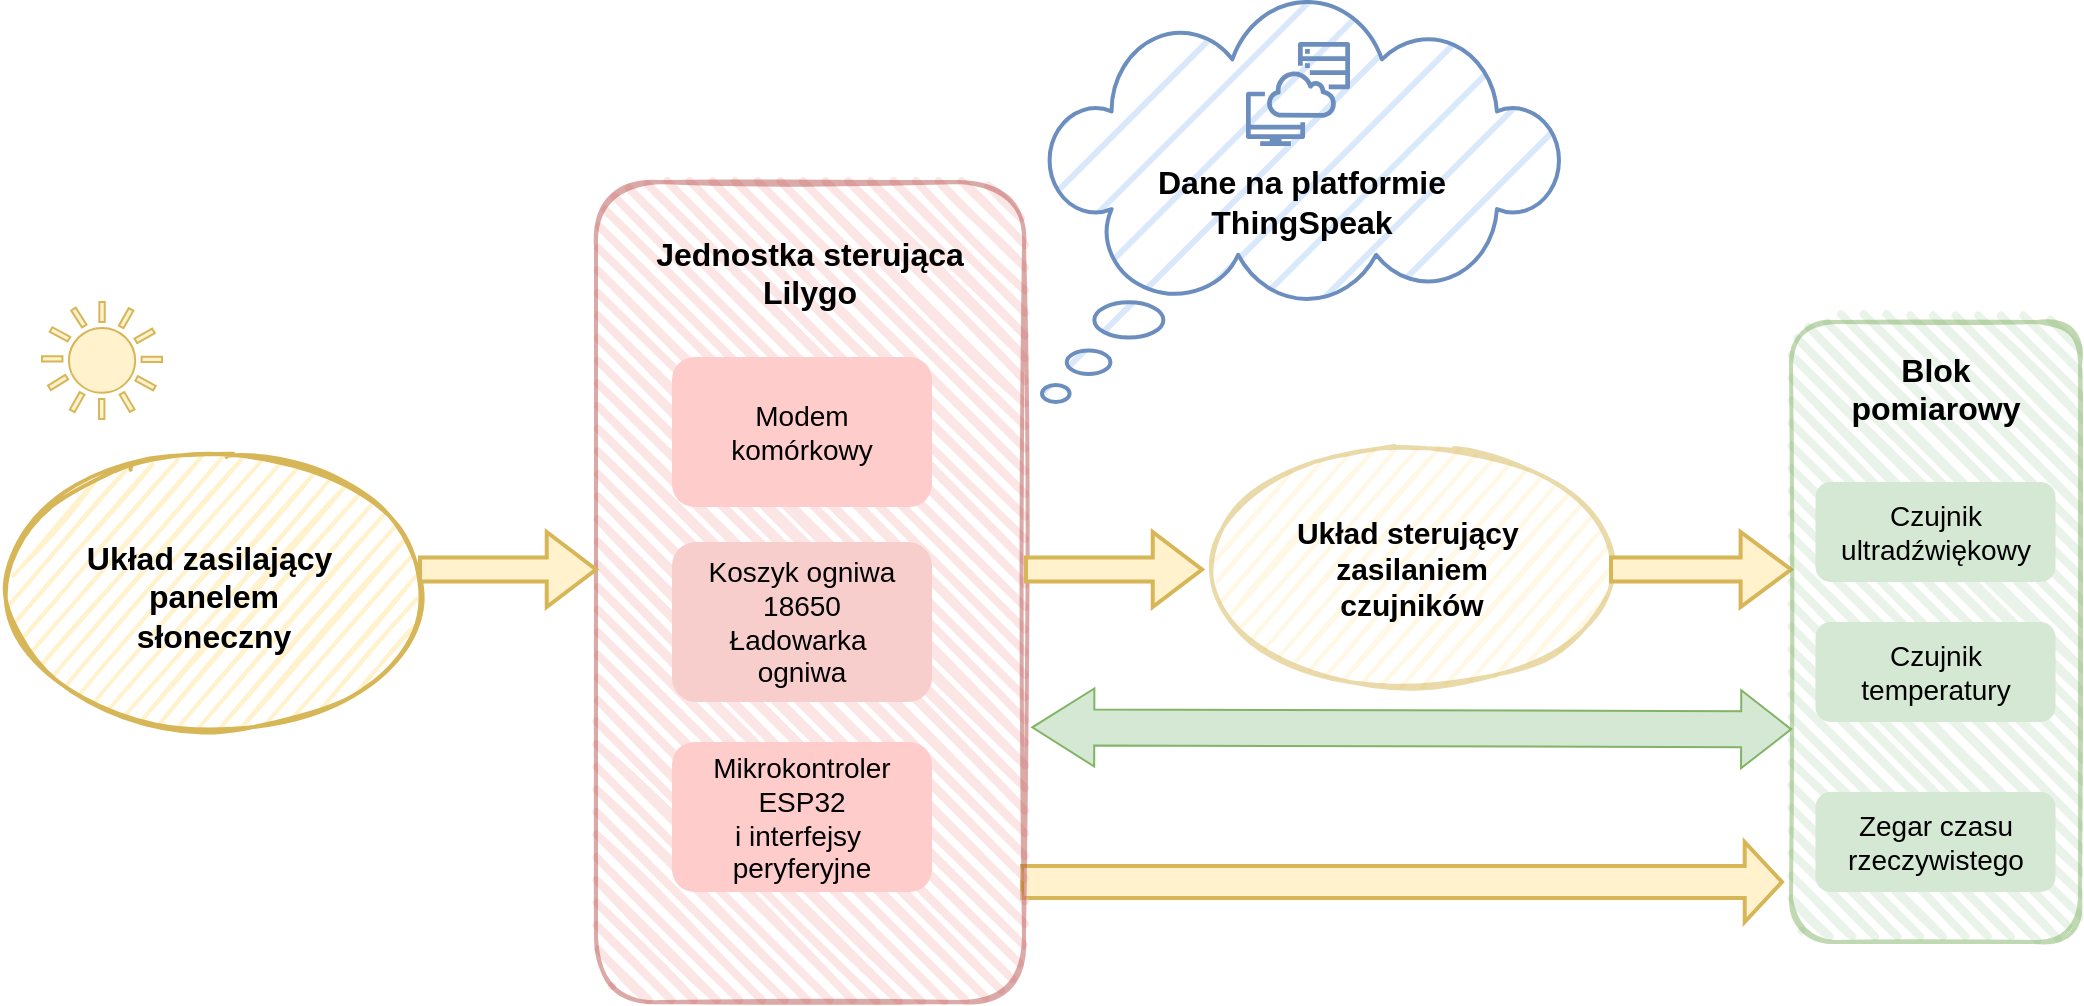
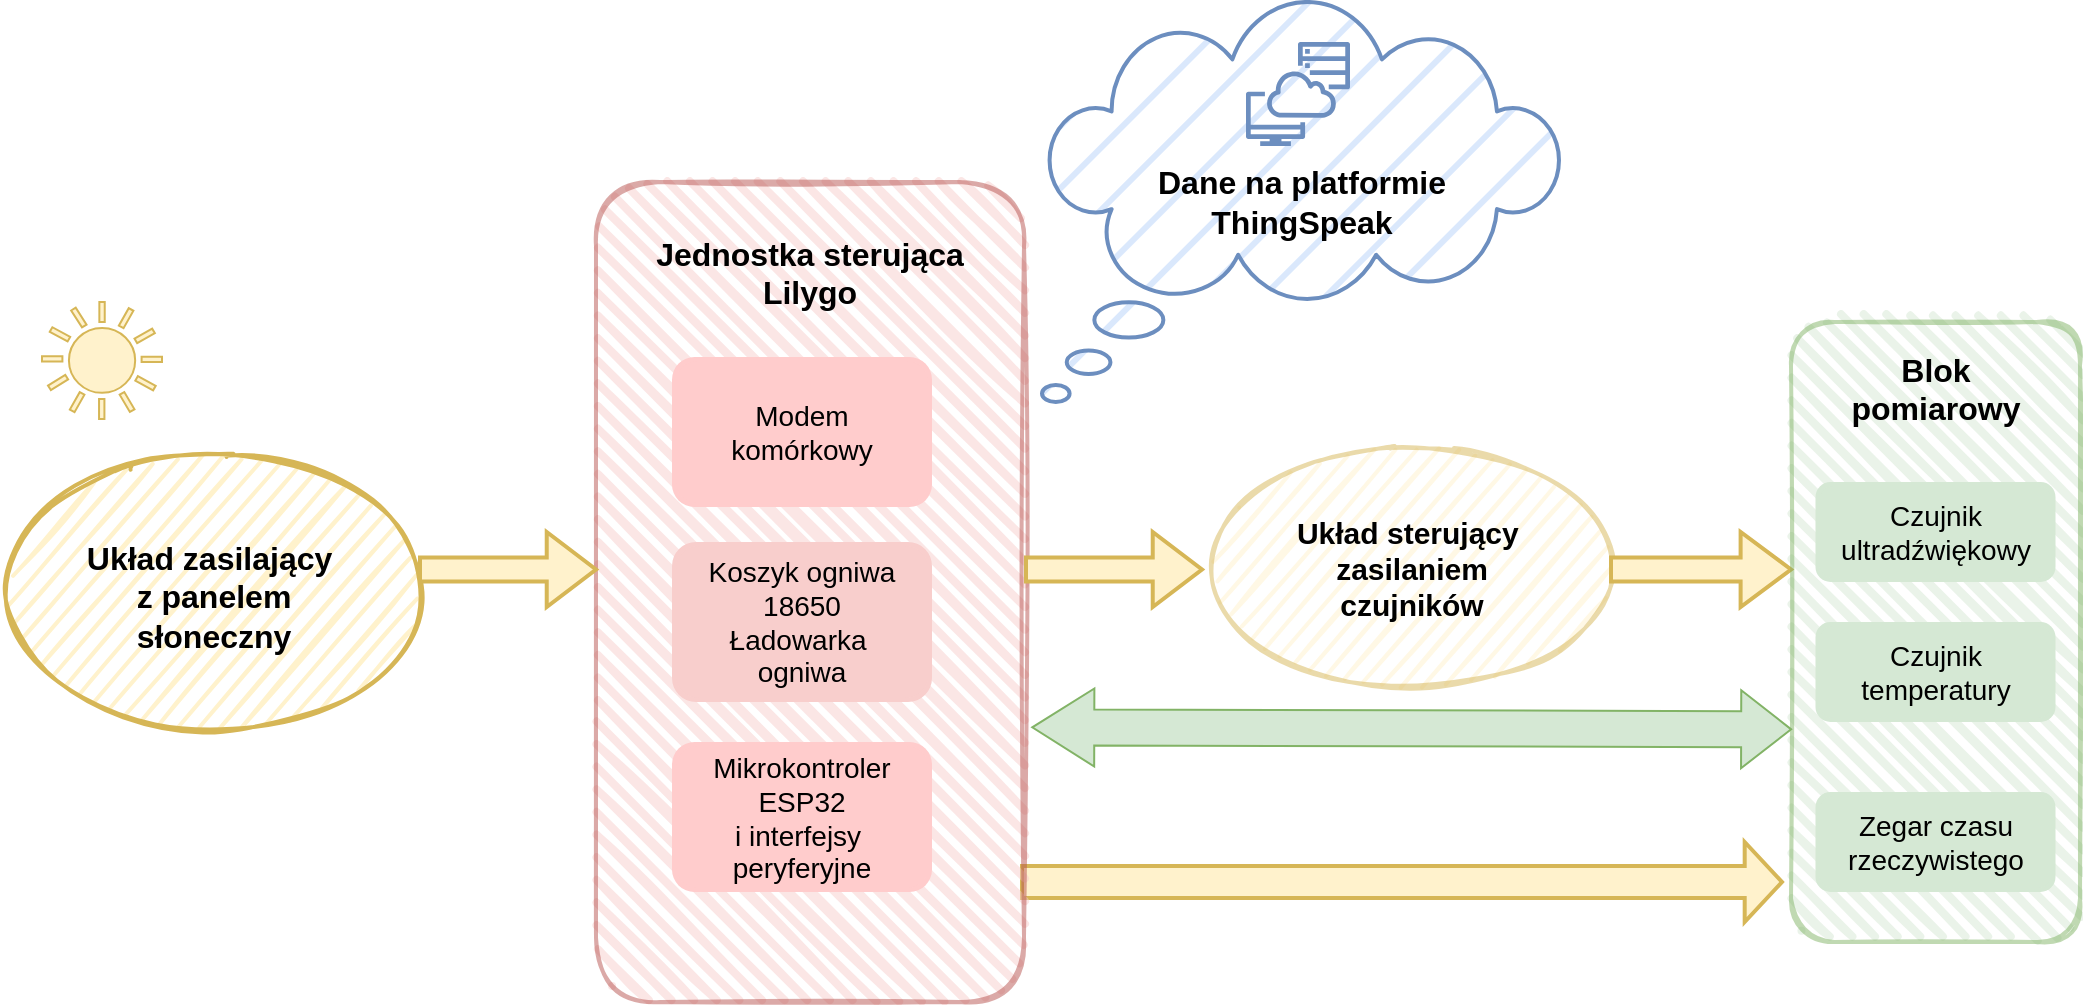
<mxfile host="app.diagrams.net">
  <diagram name="Strona-1" id="ZkCLLlvlZTiGhxD7y0eD">
-     <mxGraphModel dx="734" dy="1212" grid="1" gridSize="10" guides="1" tooltips="1" connect="1" arrows="0" fold="1" page="1" pageScale="1" pageWidth="827" pageHeight="1169" math="0" shadow="0">
+     <mxGraphModel dx="1040" dy="1717" grid="1" gridSize="10" guides="1" tooltips="1" connect="1" arrows="0" fold="1" page="1" pageScale="1" pageWidth="827" pageHeight="1169" math="0" shadow="0">
      <root>
        <mxCell id="0" />
        <mxCell id="1" parent="0" />
        <mxCell id="91EkcE3siZvczleI5p3w-54" parent="1" style="whiteSpace=wrap;html=1;shape=mxgraph.basic.cloud_callout;fillColor=#dae8fc;strokeColor=#6c8ebf;fillStyle=hatch;strokeWidth=2;" value="&lt;div&gt;&lt;font size=&quot;3&quot;&gt;&lt;b&gt;Dane na platformie&lt;/b&gt;&lt;/font&gt;&lt;/div&gt;&lt;div&gt;&lt;font size=&quot;3&quot;&gt;&lt;b&gt;&amp;nbsp;ThingSpeak&amp;nbsp;&lt;/b&gt;&lt;/font&gt;&lt;/div&gt;" vertex="1">
          <mxGeometry height="200" width="260" x="530" y="40" as="geometry" />
        </mxCell>
        <mxCell id="91EkcE3siZvczleI5p3w-46" parent="1" style="shape=singleArrow;whiteSpace=wrap;html=1;strokeWidth=2;arrowWidth=0.3998467763264927;arrowSize=0.04909051593981321;fillColor=#fff2cc;strokeColor=#d6b656;" value="" vertex="1">
          <mxGeometry height="40" width="380" x="520" y="460" as="geometry" />
        </mxCell>
        <mxCell id="UAClC48sAYUmzBQqjx6y-2" parent="1" style="rounded=1;whiteSpace=wrap;html=1;strokeWidth=2;fillWeight=4;hachureGap=8;hachureAngle=45;sketch=1;rotation=0;fillColor=#f8cecc;strokeColor=#b85450;opacity=50;" value="" vertex="1">
          <mxGeometry height="410" width="214" x="307" y="130" as="geometry" />
        </mxCell>
        <mxCell id="UAClC48sAYUmzBQqjx6y-7" parent="1" style="ellipse;whiteSpace=wrap;html=1;strokeWidth=2;fillWeight=2;hachureGap=8;fillStyle=dots;sketch=1;fillColor=#fff2cc;strokeColor=#d6b656;opacity=50;fontSize=15;" value="&lt;b&gt;Układ sterujący&amp;nbsp;&lt;/b&gt;&lt;div&gt;&lt;b&gt;zasilaniem&lt;/b&gt;&lt;div&gt;&lt;b&gt;czujników&lt;/b&gt;&lt;br&gt;&lt;/div&gt;&lt;/div&gt;" vertex="1">
          <mxGeometry height="115" width="210" x="610" y="265" as="geometry" />
        </mxCell>
        <mxCell id="UAClC48sAYUmzBQqjx6y-8" parent="1" style="shape=singleArrow;whiteSpace=wrap;html=1;strokeWidth=2;arrowWidth=0.3220587836371521;arrowSize=0.2799470618325471;fillColor=#fff2cc;strokeColor=#d6b656;" value="" vertex="1">
          <mxGeometry height="37.5" width="88" x="522" y="305" as="geometry" />
        </mxCell>
        <mxCell id="UAClC48sAYUmzBQqjx6y-15" parent="1" style="shape=singleArrow;whiteSpace=wrap;html=1;strokeWidth=2;arrowWidth=0.3220587836371521;arrowSize=0.2799470618325471;fillColor=#fff2cc;strokeColor=#d6b656;" value="" vertex="1">
          <mxGeometry height="37.5" width="90" x="814.5" y="305" as="geometry" />
        </mxCell>
-         <mxCell id="UAClC48sAYUmzBQqjx6y-14" parent="1" style="ellipse;whiteSpace=wrap;html=1;strokeWidth=2;fillWeight=2;hachureGap=8;fillStyle=dots;sketch=1;fillColor=#fff2cc;strokeColor=#d6b656;" value="&lt;div&gt;&lt;b&gt;&lt;font style=&quot;font-size: 16px;&quot;&gt;&lt;br&gt;&lt;/font&gt;&lt;/b&gt;&lt;/div&gt;&lt;b&gt;&lt;font style=&quot;font-size: 16px;&quot;&gt;Układ zasilający&amp;nbsp;&lt;/font&gt;&lt;/b&gt;&lt;div&gt;&lt;b&gt;&lt;font style=&quot;font-size: 16px;&quot;&gt;panelem&lt;/font&gt;&lt;/b&gt;&lt;div&gt;&lt;b&gt;&lt;font style=&quot;font-size: 16px;&quot;&gt;słoneczny&lt;/font&gt;&lt;/b&gt;&lt;/div&gt;&lt;div&gt;&lt;br&gt;&lt;/div&gt;&lt;/div&gt;" vertex="1">
+         <mxCell id="UAClC48sAYUmzBQqjx6y-14" parent="1" style="ellipse;whiteSpace=wrap;html=1;strokeWidth=2;fillWeight=2;hachureGap=8;fillStyle=dots;sketch=1;fillColor=#fff2cc;strokeColor=#d6b656;" value="&lt;div&gt;&lt;b&gt;&lt;font style=&quot;font-size: 16px;&quot;&gt;&lt;br&gt;&lt;/font&gt;&lt;/b&gt;&lt;/div&gt;&lt;b&gt;&lt;font style=&quot;font-size: 16px;&quot;&gt;Układ zasilający&amp;nbsp;&lt;/font&gt;&lt;/b&gt;&lt;div&gt;&lt;b&gt;&lt;font style=&quot;font-size: 16px;&quot;&gt;z panelem&lt;/font&gt;&lt;/b&gt;&lt;div&gt;&lt;b&gt;&lt;font style=&quot;font-size: 16px;&quot;&gt;słoneczny&lt;/font&gt;&lt;/b&gt;&lt;/div&gt;&lt;div&gt;&lt;br&gt;&lt;/div&gt;&lt;/div&gt;" vertex="1">
          <mxGeometry height="140" width="212" x="10" y="265" as="geometry" />
        </mxCell>
        <mxCell id="UAClC48sAYUmzBQqjx6y-16" parent="1" style="rounded=1;whiteSpace=wrap;html=1;strokeWidth=2;fillWeight=4;hachureGap=8;hachureAngle=45;sketch=1;rotation=0;fillColor=#d5e8d4;strokeColor=#82b366;opacity=50;" value="&lt;div&gt;&lt;br&gt;&lt;/div&gt;" vertex="1">
          <mxGeometry height="310" width="144.5" x="904.5" y="200" as="geometry" />
        </mxCell>
        <mxCell id="UAClC48sAYUmzBQqjx6y-17" parent="1" style="shape=ext;double=1;rounded=1;whiteSpace=wrap;html=1;fillColor=#f8cecc;strokeColor=none;fontSize=14;" value="Koszyk ogniwa 18650&lt;div&gt;&lt;div&gt;Ładowarka&amp;nbsp;&lt;br&gt;&lt;/div&gt;&lt;div&gt;ogniwa&lt;/div&gt;&lt;/div&gt;" vertex="1">
          <mxGeometry height="80" width="130" x="345" y="310" as="geometry" />
        </mxCell>
        <mxCell id="UAClC48sAYUmzBQqjx6y-18" parent="1" style="sketch=0;outlineConnect=0;fillColor=#6C8EBF;strokeColor=#6c8ebf;dashed=0;verticalLabelPosition=bottom;verticalAlign=top;align=center;html=1;fontSize=12;fontStyle=0;aspect=fixed;pointerEvents=1;shape=mxgraph.aws4.systems_manager_session_manager;strokeWidth=4;" value="" vertex="1">
          <mxGeometry height="52" width="52" x="632" y="60" as="geometry" />
        </mxCell>
        <mxCell id="UAClC48sAYUmzBQqjx6y-20" parent="1" style="shape=ext;double=1;rounded=1;whiteSpace=wrap;html=1;fillColor=#ffcccc;strokeColor=none;fontSize=14;" value="Mikrokontroler ESP32&lt;div&gt;i interfejsy&amp;nbsp;&lt;/div&gt;&lt;div&gt;peryferyjne&lt;/div&gt;" vertex="1">
          <mxGeometry height="75" width="130" x="345" y="410" as="geometry" />
        </mxCell>
        <mxCell id="91EkcE3siZvczleI5p3w-1" parent="1" style="shape=mxgraph.signs.nature.sun_4;html=1;pointerEvents=1;fillColor=#fff2cc;strokeColor=#d6b656;verticalLabelPosition=bottom;verticalAlign=top;align=center;" value="" vertex="1">
          <mxGeometry height="58.5" width="60" x="30" y="190" as="geometry" />
        </mxCell>
        <mxCell id="91EkcE3siZvczleI5p3w-37" parent="1" style="text;whiteSpace=wrap;html=1;fontSize=16;align=center;" value="&lt;b style=&quot;caret-color: rgb(0, 0, 0); color: rgb(0, 0, 0); font-family: Helvetica; font-style: normal; font-variant-caps: normal; letter-spacing: normal; orphans: 2; text-indent: 0px; text-transform: none; white-space: normal; widows: 2; word-spacing: 0px; -webkit-text-stroke-width: 0px; text-decoration-line: none; text-decoration-thickness: auto; text-decoration-style: solid;&quot;&gt;Jednostka sterująca Lilygo&lt;/b&gt;" vertex="1">
          <mxGeometry height="40" width="190" x="319" y="150" as="geometry" />
        </mxCell>
        <mxCell id="91EkcE3siZvczleI5p3w-38" parent="1" style="text;whiteSpace=wrap;html=1;fontStyle=1;fontColor=light-dark(#000000, #6fc76f);fontSize=16;align=center;" value="&lt;span style=&quot;caret-color: rgb(0, 0, 0); font-family: Helvetica; font-style: normal; font-variant-caps: normal; letter-spacing: normal; orphans: 2; text-indent: 0px; text-transform: none; white-space: normal; widows: 2; word-spacing: 0px; -webkit-text-stroke-width: 0px; text-decoration: none; float: none; display: inline !important;&quot;&gt;Blok&lt;/span&gt;&lt;div&gt;&lt;span style=&quot;caret-color: rgb(0, 0, 0); font-family: Helvetica; font-style: normal; font-variant-caps: normal; letter-spacing: normal; orphans: 2; text-indent: 0px; text-transform: none; white-space: normal; widows: 2; word-spacing: 0px; -webkit-text-stroke-width: 0px; text-decoration: none; float: none; display: inline !important;&quot;&gt;&amp;nbsp;pomiarowy&amp;nbsp;&lt;/span&gt;&lt;/div&gt;" vertex="1">
          <mxGeometry height="40" width="130" x="911.75" y="208" as="geometry" />
        </mxCell>
        <mxCell id="91EkcE3siZvczleI5p3w-45" edge="1" parent="1" source="UAClC48sAYUmzBQqjx6y-2" style="endArrow=classic;startArrow=classic;html=1;rounded=0;shape=flexArrow;entryX=0.004;entryY=0.657;entryDx=0;entryDy=0;entryPerimeter=0;fillColor=#d5e8d4;strokeColor=#82b366;width=18;endSize=8;startSize=10;exitX=1.017;exitY=0.665;exitDx=0;exitDy=0;exitPerimeter=0;" target="UAClC48sAYUmzBQqjx6y-16" value="">
          <mxGeometry height="50" relative="1" width="50" as="geometry">
            <mxPoint x="520.81" y="409.99999999999994" as="sourcePoint" />
            <mxPoint x="969.0029999999997" y="410.41999999999996" as="targetPoint" />
          </mxGeometry>
        </mxCell>
        <mxCell id="91EkcE3siZvczleI5p3w-47" parent="1" style="shape=ext;double=1;rounded=1;whiteSpace=wrap;html=1;fillColor=#ffcccc;strokeColor=none;fontSize=14;" value="Modem&lt;div&gt;komórkowy&lt;/div&gt;" vertex="1">
          <mxGeometry height="75" width="130" x="345" y="217.5" as="geometry" />
        </mxCell>
        <mxCell id="91EkcE3siZvczleI5p3w-51" parent="1" style="shape=ext;double=1;rounded=1;whiteSpace=wrap;html=1;fillColor=#d5e8d4;strokeColor=none;" value="&lt;span style=&quot;font-size: 14px;&quot;&gt;Czujnik ultradźwiękowy&lt;/span&gt;" vertex="1">
          <mxGeometry height="50" width="120" x="916.75" y="280" as="geometry" />
        </mxCell>
        <mxCell id="91EkcE3siZvczleI5p3w-52" parent="1" style="shape=ext;double=1;rounded=1;whiteSpace=wrap;html=1;fillColor=#d5e8d4;strokeColor=none;" value="&lt;span style=&quot;font-size: 14px;&quot;&gt;Czujnik temperatury&lt;/span&gt;" vertex="1">
          <mxGeometry height="50" width="120" x="916.75" y="350" as="geometry" />
        </mxCell>
        <mxCell id="91EkcE3siZvczleI5p3w-53" parent="1" style="shape=ext;double=1;rounded=1;whiteSpace=wrap;html=1;fillColor=#d5e8d4;strokeColor=none;" value="&lt;span style=&quot;font-size: 14px;&quot;&gt;Zegar czasu rzeczywistego&lt;/span&gt;" vertex="1">
          <mxGeometry height="50" width="120" x="916.75" y="435" as="geometry" />
        </mxCell>
        <mxCell id="91EkcE3siZvczleI5p3w-59" parent="1" style="shape=singleArrow;whiteSpace=wrap;html=1;strokeWidth=2;arrowWidth=0.3220587836371521;arrowSize=0.2799470618325471;fillColor=#fff2cc;strokeColor=#d6b656;" value="" vertex="1">
          <mxGeometry height="37.5" width="88" x="219" y="305" as="geometry" />
        </mxCell>
      </root>
    </mxGraphModel>
  </diagram>
</mxfile>
